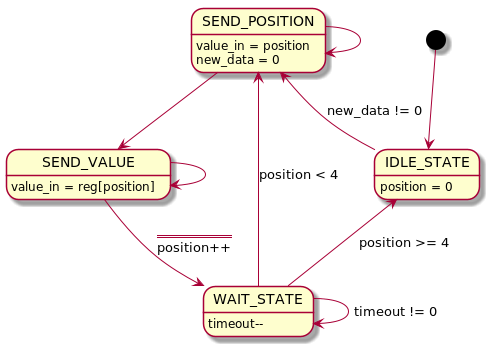
Before: doc/seven_seg_word_state.png, a diagram exported from PlantUML (pimium/solder_station_avr).
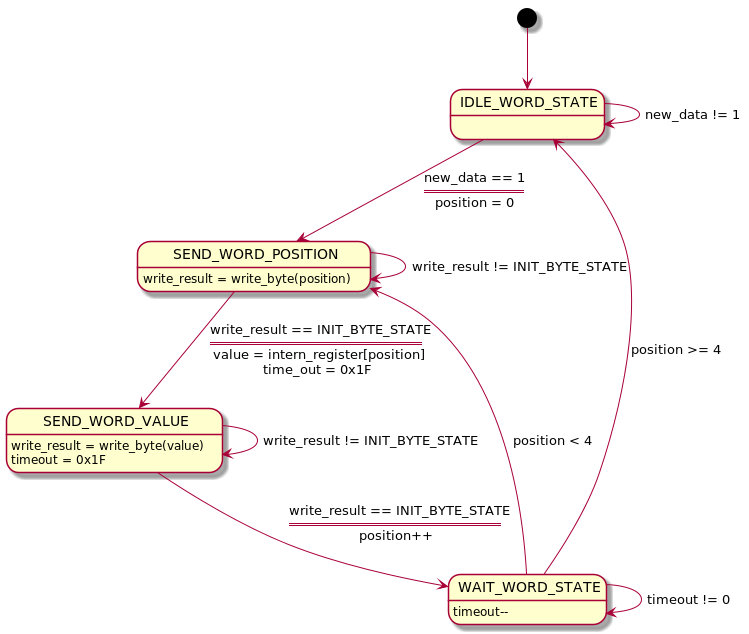
Above is the later version.

The edit, as a diff of the source:
```diff
@@ -2,22 +2,24 @@
 
 show empty description
 
-[*] --> IDLE_STATE
+[*] --> IDLE_WORD_STATE
 
-IDLE_STATE : position = 0
-IDLE_STATE -l-> SEND_POSITION : new_data != 0
+IDLE_WORD_STATE :
+IDLE_WORD_STATE --> SEND_WORD_POSITION : new_data == 1\n====\nposition = 0
+IDLE_WORD_STATE --> IDLE_WORD_STATE : new_data != 1
 
-SEND_POSITION: value_in = position\nnew_data = 0
-SEND_POSITION --> SEND_VALUE
-SEND_POSITION --> SEND_POSITION
+SEND_WORD_POSITION: write_result = write_byte(position)
+SEND_WORD_POSITION --> SEND_WORD_VALUE : write_result == INIT_BYTE_STATE\n====\nvalue = intern_register[position]\ntime_out = 0x1F
+SEND_WORD_POSITION --> SEND_WORD_POSITION : write_result != INIT_BYTE_STATE
 
-SEND_VALUE : value_in = reg[position]
-SEND_VALUE --> WAIT_STATE : ====\nposition++
-SEND_VALUE --> SEND_VALUE
+SEND_WORD_VALUE : write_result = write_byte(value)
+SEND_WORD_VALUE : timeout = 0x1F
+SEND_WORD_VALUE --> WAIT_WORD_STATE : write_result == INIT_BYTE_STATE\n====\nposition++
+SEND_WORD_VALUE --> SEND_WORD_VALUE : write_result != INIT_BYTE_STATE
 
-WAIT_STATE : timeout--
-WAIT_STATE -u-> SEND_POSITION : position < 4
-WAIT_STATE -u-> IDLE_STATE : position >= 4
-WAIT_STATE --> WAIT_STATE : timeout != 0
+WAIT_WORD_STATE : timeout--
+WAIT_WORD_STATE --> WAIT_WORD_STATE : timeout != 0
+WAIT_WORD_STATE --> SEND_WORD_POSITION : position < 4
+WAIT_WORD_STATE --> IDLE_WORD_STATE : position >= 4
 
 @enduml
```
